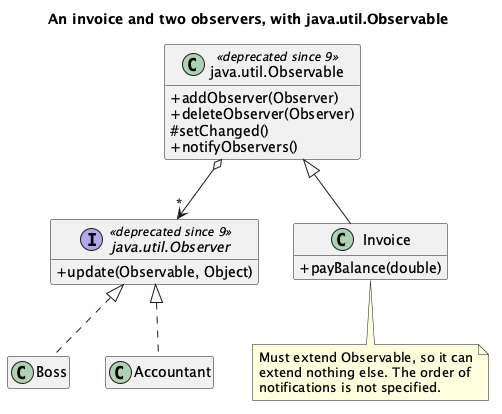
The PlantUML diagram src/main/java/dev/kaldiroglu/dp/behavioral/observer/payment/uml/Observer - Payment - Class Diagram.png in kaldiroglu/DesignPatternsWithJava, before a commit. Its diagram source:
```plantuml
@startuml "Observer - Payment - Class Diagram"
skinparam classAttributeIconSize 0
hide empty members
title An invoice and two observers, with java.util.Observable
class "java.util.Observable" as Observable <<deprecated since 9>> {
  + addObserver(Observer)
  + deleteObserver(Observer)
  # setChanged()
  + notifyObservers()
}
interface "java.util.Observer" as Observer <<deprecated since 9>> {
  + update(Observable, Object)
}
class Invoice {
  + payBalance(double)
}
class Boss
class Accountant
Observable <|-- Invoice
Observer <|.. Boss
Observer <|.. Accountant
Observable o--> "*" Observer
note bottom of Invoice
  Must extend Observable, so it can
  extend nothing else. The order of
  notifications is not specified.
end note
@enduml
```
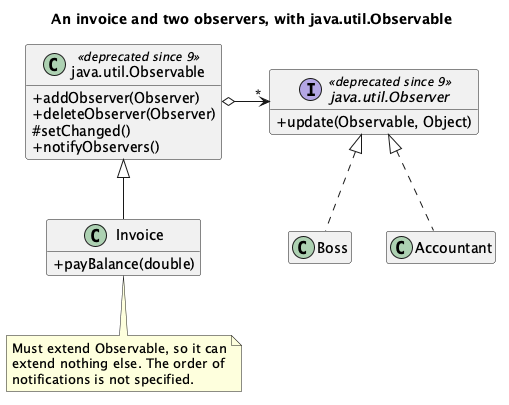
Above is the later version.

Diff of the diagram source:
```diff
@@ -1,4 +1,5 @@
-@startuml "Observer - Payment - Class Diagram"
+@startuml
+skinparam linetype polyline
 skinparam classAttributeIconSize 0
 hide empty members
 title An invoice and two observers, with java.util.Observable
@@ -19,10 +20,10 @@
 Observable <|-- Invoice
 Observer <|.. Boss
 Observer <|.. Accountant
-Observable o--> "*" Observer
 note bottom of Invoice
   Must extend Observable, so it can
   extend nothing else. The order of
   notifications is not specified.
 end note
+Observable o-[norank]-> "*" Observer
 @enduml
```
